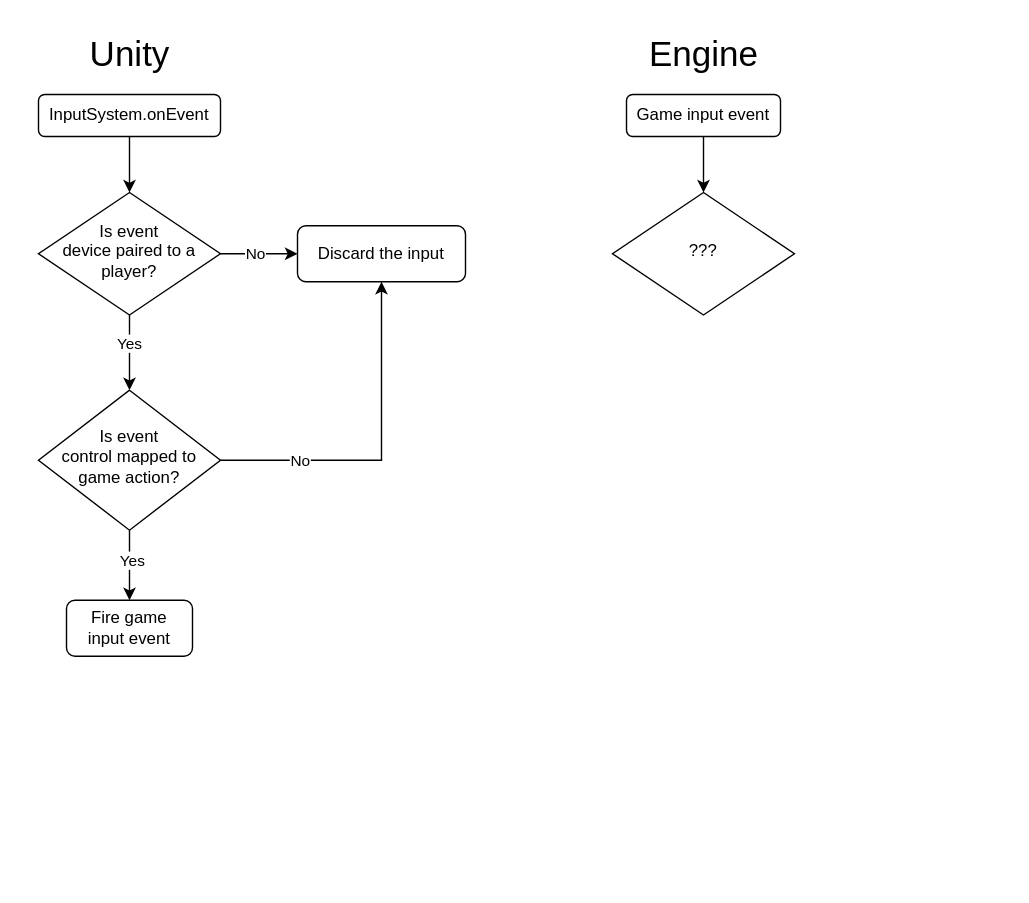
The draw.io diagram Docs/Flow Charts/input_system.drawio in XaiaX/YARG.Core, before the edit. Source tidied: cells renumbered, new cells numbered last; positions are measured from the earlier drawing's top-left corner, leaving out a move shared by most shapes. Both pictures are drawn from the tidied source at 140%, with x=0, y=0 at pixel (38, 24).
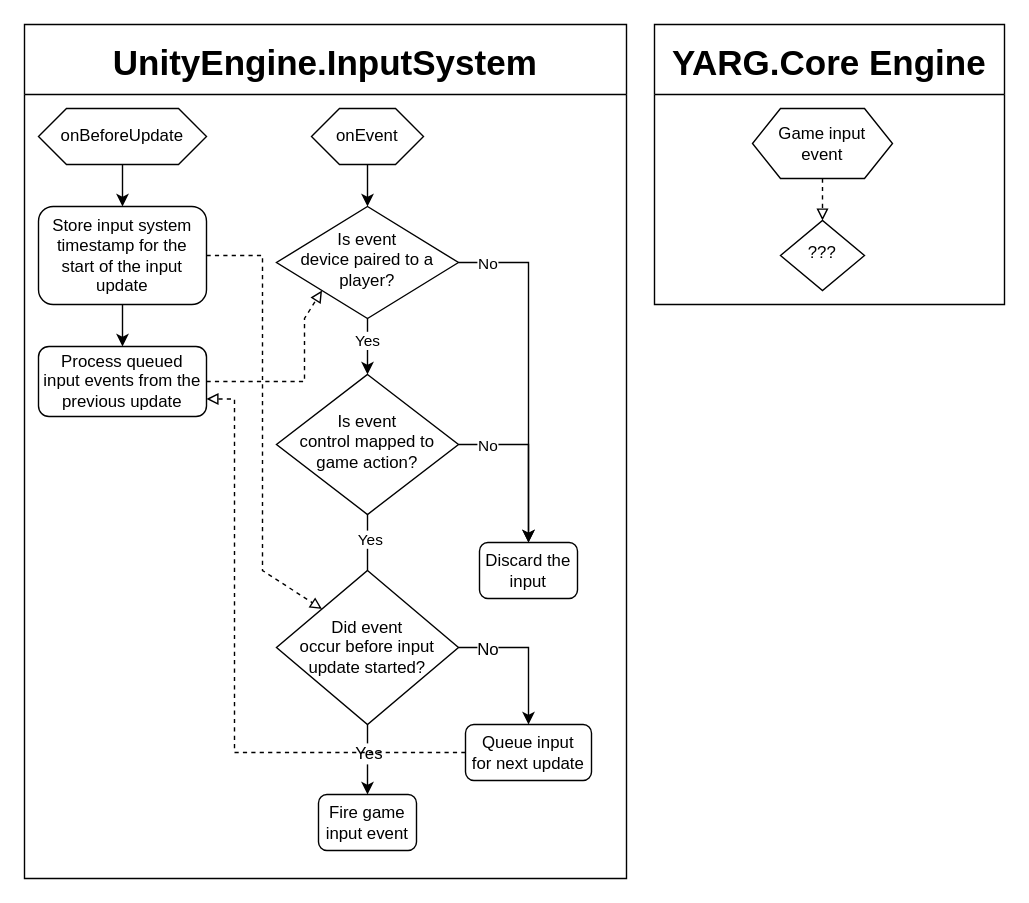
After the change.

Commit message:
Update input system flowchart - Add onBeforeUpdate section + queuing of events that happen after input update starts - Re-organize things into containers, and spiff them up in general

The edit, as a diff of the source:
```diff
@@
-    <mxCell id="2" style="edgeStyle=orthogonalEdgeStyle;rounded=0;jettySize=auto;html=1;entryX=0;entryY=0.5;entryDx=0;entryDy=0;" parent="1" edge="1" source="3" target="8">
-      <mxGeometry relative="1" as="geometry" />
-    </mxCell>
-    <mxCell id="3" value="InputSystem.onEvent" style="rounded=1;whiteSpace=wrap;html=1;fontSize=12;glass=0;strokeWidth=1;shadow=0;" parent="1" vertex="1">
-      <mxGeometry y="50" width="130" height="30" as="geometry" />
-    </mxCell>
+    <mxCell id="21" value="UnityEngine.InputSystem" style="swimlane;fontSize=25;fillColor=default;swimlaneLine=1;startSize=50;" parent="1" vertex="1">
+      <mxGeometry x="-10" width="430" height="610" as="geometry" />
+    </mxCell>
+    <mxCell id="8" value="Is event&lt;br&gt;device paired to a&lt;br&gt;player?" style="rhombus;whiteSpace=wrap;html=1;shadow=0;fontFamily=Helvetica;fontSize=12;align=center;strokeWidth=1;spacing=6;spacingTop=-4;direction=south;" parent="21" vertex="1">
+      <mxGeometry x="180" y="130" width="130" height="80" as="geometry" />
+    </mxCell>
+    <mxCell id="14" value="Is event&lt;br&gt;control mapped to game action?" style="rhombus;whiteSpace=wrap;html=1;shadow=0;fontFamily=Helvetica;fontSize=12;align=center;strokeWidth=1;spacing=6;spacingTop=-4;" parent="21" vertex="1">
+      <mxGeometry x="180" y="250" width="130" height="100" as="geometry" />
+    </mxCell>
+    <mxCell id="6" style="edgeStyle=orthogonalEdgeStyle;rounded=0;jettySize=auto;html=1;entryX=0.5;entryY=0;entryDx=0;entryDy=0;" parent="21" edge="1" source="8" target="14">
+      <mxGeometry relative="1" as="geometry" />
+    </mxCell>
+    <mxCell id="7" value="Yes" style="edgeLabel;html=1;align=center;verticalAlign=middle;" parent="6" vertex="1">
+      <mxGeometry x="-0.26" y="-1" relative="1" as="geometry" />
+    </mxCell>
+    <mxCell id="15" value="Fire game&lt;br&gt;input event" style="rounded=1;whiteSpace=wrap;html=1;fontSize=12;glass=0;strokeWidth=1;shadow=0;" parent="21" vertex="1">
+      <mxGeometry x="210" y="550" width="70" height="40" as="geometry" />
+    </mxCell>
+    <mxCell id="12" style="edgeStyle=orthogonalEdgeStyle;rounded=0;jettySize=auto;html=1;entryX=0.5;entryY=0;entryDx=0;entryDy=0;startArrow=none;" parent="21" edge="1" source="25" target="15">
+      <mxGeometry relative="1" as="geometry" />
+    </mxCell>
+    <mxCell id="22" value="Yes" style="edgeLabel;html=1;align=center;verticalAlign=middle;fontSize=12;" parent="12" vertex="1">
+      <mxGeometry relative="1" as="geometry">
+        <mxPoint y="-5" as="offset" />
+      </mxGeometry>
+    </mxCell>
+    <mxCell id="9" value="Discard the&lt;br&gt;input" style="rounded=1;whiteSpace=wrap;html=1;fontSize=12;glass=0;strokeWidth=1;shadow=0;" parent="21" vertex="1">
+      <mxGeometry x="325" y="370" width="70" height="40" as="geometry" />
+    </mxCell>
-    <mxCell id="4" style="edgeStyle=orthogonalEdgeStyle;rounded=0;jettySize=auto;html=1;entryX=0;entryY=0.5;entryDx=0;entryDy=0;" parent="1" edge="1" source="8" target="9">
+    <mxCell id="4" style="edgeStyle=orthogonalEdgeStyle;rounded=0;jettySize=auto;html=1;" parent="21" edge="1" source="8" target="9">
       <mxGeometry relative="1" as="geometry" />
     </mxCell>
     <mxCell id="5" value="No" style="edgeLabel;html=1;align=center;verticalAlign=middle;" parent="4" vertex="1">
-      <mxGeometry x="-0.68" relative="1" as="geometry">
-        <mxPoint x="16" as="offset" />
+      <mxGeometry relative="1" as="geometry">
+        <mxPoint x="-30" y="-75" as="offset" />
       </mxGeometry>
     </mxCell>
-    <mxCell id="6" style="edgeStyle=orthogonalEdgeStyle;rounded=0;jettySize=auto;html=1;entryX=0.5;entryY=0;entryDx=0;entryDy=0;" parent="1" edge="1" source="8" target="14">
-      <mxGeometry relative="1" as="geometry" />
-    </mxCell>
-    <mxCell id="7" value="Yes" style="edgeLabel;html=1;align=center;verticalAlign=middle;" parent="6" vertex="1">
-      <mxGeometry x="-0.26" y="-1" relative="1" as="geometry" />
-    </mxCell>
-    <mxCell id="8" value="Is event&lt;br&gt;device paired to a&lt;br&gt;player?" style="rhombus;whiteSpace=wrap;html=1;shadow=0;fontFamily=Helvetica;fontSize=12;align=center;strokeWidth=1;spacing=6;spacingTop=-4;direction=south;" parent="1" vertex="1">
-      <mxGeometry y="120" width="130" height="87.5" as="geometry" />
-    </mxCell>
-    <mxCell id="9" value="Discard the input" style="rounded=1;whiteSpace=wrap;html=1;fontSize=12;glass=0;strokeWidth=1;shadow=0;" parent="1" vertex="1">
-      <mxGeometry x="185" y="143.8" width="120" height="40" as="geometry" />
-    </mxCell>
-    <mxCell id="10" style="edgeStyle=orthogonalEdgeStyle;rounded=0;jettySize=auto;html=1;entryX=0.5;entryY=1;entryDx=0;entryDy=0;" parent="1" edge="1" source="14" target="9">
+    <mxCell id="10" style="edgeStyle=orthogonalEdgeStyle;rounded=0;jettySize=auto;html=1;entryX=0.5;entryY=0;entryDx=0;entryDy=0;" parent="21" edge="1" source="14" target="9">
       <mxGeometry relative="1" as="geometry" />
     </mxCell>
-    <mxCell id="11" value="No" style="edgeLabel;html=1;align=center;verticalAlign=middle;" parent="10" vertex="1">
-      <mxGeometry x="-0.17" relative="1" as="geometry">
-        <mxPoint x="-45" as="offset" />
+    <mxCell id="11" value="No" style="edgeLabel;html=1;align=center;verticalAlign=middle;labelPosition=center;verticalLabelPosition=middle;" parent="10" vertex="1">
+      <mxGeometry relative="1" as="geometry">
+        <mxPoint x="-30" y="-10" as="offset" />
       </mxGeometry>
     </mxCell>
-    <mxCell id="12" style="edgeStyle=orthogonalEdgeStyle;rounded=0;jettySize=auto;html=1;entryX=0.5;entryY=0;entryDx=0;entryDy=0;" parent="1" edge="1" source="14" target="15">
-      <mxGeometry relative="1" as="geometry" />
-    </mxCell>
+    <mxCell id="23" value="Store input system timestamp for the start of the input update" style="rounded=1;whiteSpace=wrap;html=1;fontSize=12;fillColor=default;" parent="21" vertex="1">
+      <mxGeometry x="10" y="130" width="120" height="70" as="geometry" />
+    </mxCell>
+    <mxCell id="24" style="edgeStyle=orthogonalEdgeStyle;rounded=0;jettySize=auto;html=1;entryX=0.5;entryY=0;entryDx=0;entryDy=0;endArrow=none;" parent="21" edge="1" source="14" target="25">
+      <mxGeometry relative="1" as="geometry" />
+    </mxCell>
-    <mxCell id="13" value="Yes" style="edgeLabel;html=1;align=center;verticalAlign=middle;" parent="12" vertex="1">
+    <mxCell id="13" value="Yes" style="edgeLabel;html=1;align=center;verticalAlign=middle;" parent="24" vertex="1">
       <mxGeometry x="-0.15" y="1" relative="1" as="geometry" />
     </mxCell>
-    <mxCell id="14" value="Is event&lt;br&gt;control mapped to game action?" style="rhombus;whiteSpace=wrap;html=1;shadow=0;fontFamily=Helvetica;fontSize=12;align=center;strokeWidth=1;spacing=6;spacingTop=-4;" parent="1" vertex="1">
-      <mxGeometry y="261.2" width="130" height="100" as="geometry" />
-    </mxCell>
-    <mxCell id="15" value="Fire game&lt;br&gt;input event" style="rounded=1;whiteSpace=wrap;html=1;fontSize=12;glass=0;strokeWidth=1;shadow=0;" parent="1" vertex="1">
-      <mxGeometry x="20" y="411.2" width="90" height="40" as="geometry" />
-    </mxCell>
-    <mxCell id="16" value="&lt;font style=&quot;font-size: 25px;&quot;&gt;Unity&lt;br&gt;&lt;/font&gt;" style="text;html=1;align=center;verticalAlign=middle;strokeColor=none;fillColor=none;fontSize=25;" parent="1" vertex="1">
-      <mxGeometry x="25" width="80" height="40" as="geometry" />
-    </mxCell>
+    <mxCell id="25" value="Did event&lt;br&gt;occur before input&lt;br&gt;update started?" style="rhombus;whiteSpace=wrap;html=1;fontSize=12;fillColor=default;" parent="21" vertex="1">
+      <mxGeometry x="180" y="390" width="130" height="110" as="geometry" />
+    </mxCell>
+    <mxCell id="26" style="rounded=0;html=1;entryX=0;entryY=0;entryDx=0;entryDy=0;fontSize=12;exitX=1;exitY=0.5;exitDx=0;exitDy=0;elbow=vertical;dashed=1;endArrow=block;endFill=0;" parent="21" edge="1" source="23" target="25">
+      <mxGeometry relative="1" as="geometry">
+        <Array as="points">
+          <mxPoint x="170" y="165" />
+          <mxPoint x="170" y="390" />
+        </Array>
+      </mxGeometry>
+    </mxCell>
+    <mxCell id="27" value="Queue input&lt;br&gt;for next update" style="rounded=1;whiteSpace=wrap;html=1;fontSize=12;fillColor=default;" parent="21" vertex="1">
+      <mxGeometry x="315" y="500" width="90" height="40" as="geometry" />
+    </mxCell>
+    <mxCell id="28" style="edgeStyle=orthogonalEdgeStyle;rounded=0;html=1;entryX=0.5;entryY=0;entryDx=0;entryDy=0;fontSize=12;" parent="21" edge="1" source="25" target="27">
+      <mxGeometry relative="1" as="geometry" />
+    </mxCell>
+    <mxCell id="29" value="No" style="edgeLabel;html=1;align=center;verticalAlign=middle;fontSize=12;" parent="28" vertex="1">
+      <mxGeometry relative="1" as="geometry">
+        <mxPoint x="-30" y="-2" as="offset" />
+      </mxGeometry>
+    </mxCell>
+    <mxCell id="30" style="rounded=0;html=1;entryX=1;entryY=1;entryDx=0;entryDy=0;fontSize=12;endArrow=block;endFill=0;elbow=vertical;dashed=1;exitX=1;exitY=0.5;exitDx=0;exitDy=0;" parent="21" edge="1" source="31" target="8">
+      <mxGeometry relative="1" as="geometry">
+        <Array as="points">
+          <mxPoint x="200" y="255" />
+          <mxPoint x="200" y="210" />
+        </Array>
+      </mxGeometry>
+    </mxCell>
+    <mxCell id="31" value="Process queued&lt;br&gt;input events from the previous update" style="rounded=1;whiteSpace=wrap;html=1;fontSize=12;fillColor=default;" parent="21" vertex="1">
+      <mxGeometry x="10" y="230" width="120" height="50" as="geometry" />
+    </mxCell>
+    <mxCell id="32" style="edgeStyle=orthogonalEdgeStyle;rounded=0;html=1;entryX=0.5;entryY=0;entryDx=0;entryDy=0;fontSize=12;endArrow=classic;endFill=1;elbow=vertical;" parent="21" edge="1" source="23" target="31">
+      <mxGeometry relative="1" as="geometry" />
+    </mxCell>
+    <mxCell id="33" style="edgeStyle=orthogonalEdgeStyle;rounded=0;html=1;entryX=1;entryY=0.75;entryDx=0;entryDy=0;fontSize=12;endArrow=block;endFill=0;elbow=vertical;dashed=1;" parent="21" edge="1" source="27" target="31">
+      <mxGeometry relative="1" as="geometry">
+        <Array as="points">
+          <mxPoint x="150" y="520" />
+          <mxPoint x="150" y="268" />
+        </Array>
+      </mxGeometry>
+    </mxCell>
+    <mxCell id="34" style="edgeStyle=orthogonalEdgeStyle;rounded=0;html=1;entryX=0.5;entryY=0;entryDx=0;entryDy=0;fontSize=12;endArrow=classic;endFill=1;elbow=vertical;" parent="21" edge="1" source="35" target="23">
+      <mxGeometry relative="1" as="geometry" />
+    </mxCell>
+    <mxCell id="35" value="onBeforeUpdate" style="shape=hexagon;perimeter=hexagonPerimeter2;whiteSpace=wrap;html=1;fixedSize=1;fontSize=12;fillColor=default;" parent="21" vertex="1">
+      <mxGeometry x="10" y="60" width="120" height="40" as="geometry" />
+    </mxCell>
+    <mxCell id="36" style="edgeStyle=orthogonalEdgeStyle;rounded=0;html=1;fontSize=12;endArrow=classic;endFill=1;elbow=vertical;" parent="21" edge="1" source="37" target="8">
+      <mxGeometry relative="1" as="geometry" />
+    </mxCell>
+    <mxCell id="37" value="onEvent" style="shape=hexagon;perimeter=hexagonPerimeter2;whiteSpace=wrap;html=1;fixedSize=1;fontSize=12;fillColor=default;" parent="21" vertex="1">
+      <mxGeometry x="205" y="60" width="80" height="40" as="geometry" />
+    </mxCell>
+    <mxCell id="38" value="YARG.Core Engine" style="swimlane;fontSize=25;fillColor=default;swimlaneLine=1;startSize=50;" parent="1" vertex="1">
+      <mxGeometry x="440" width="250" height="200" as="geometry" />
+    </mxCell>
+    <mxCell id="20" value="???" style="rhombus;whiteSpace=wrap;html=1;shadow=0;fontFamily=Helvetica;fontSize=12;align=center;strokeWidth=1;spacing=6;spacingTop=-4;direction=south;" parent="38" vertex="1">
+      <mxGeometry x="90" y="140" width="60" height="50" as="geometry" />
+    </mxCell>
-    <mxCell id="17" style="edgeStyle=orthogonalEdgeStyle;rounded=0;jettySize=auto;html=1;entryX=0;entryY=0.5;entryDx=0;entryDy=0;" parent="1" edge="1" source="18" target="20">
+    <mxCell id="17" style="edgeStyle=orthogonalEdgeStyle;rounded=0;html=1;entryX=0;entryY=0.5;entryDx=0;entryDy=0;dashed=1;fontSize=25;endArrow=block;endFill=0;startSize=50;elbow=vertical;" parent="38" edge="1" source="18" target="20">
       <mxGeometry relative="1" as="geometry" />
     </mxCell>
-    <mxCell id="18" value="Game input event" style="rounded=1;whiteSpace=wrap;html=1;fontSize=12;glass=0;strokeWidth=1;shadow=0;" parent="1" vertex="1">
-      <mxGeometry x="420" y="50" width="110" height="30" as="geometry" />
+    <mxCell id="18" value="Game input&lt;br&gt;event" style="shape=hexagon;perimeter=hexagonPerimeter2;whiteSpace=wrap;html=1;fixedSize=1;fontSize=12;fillColor=default;" parent="38" vertex="1">
+      <mxGeometry x="70" y="60" width="100" height="50" as="geometry" />
     </mxCell>
-    <mxCell id="19" value="&lt;font style=&quot;font-size: 25px;&quot;&gt;Engine&lt;br&gt;&lt;/font&gt;" style="text;html=1;align=center;verticalAlign=middle;strokeColor=none;fillColor=none;fontSize=25;" parent="1" vertex="1">
-      <mxGeometry x="425" width="100" height="40" as="geometry" />
-    </mxCell>
-    <mxCell id="20" value="???" style="rhombus;whiteSpace=wrap;html=1;shadow=0;fontFamily=Helvetica;fontSize=12;align=center;strokeWidth=1;spacing=6;spacingTop=-4;direction=south;" parent="1" vertex="1">
-      <mxGeometry x="410" y="120" width="130" height="87.5" as="geometry" />
-    </mxCell>
```
